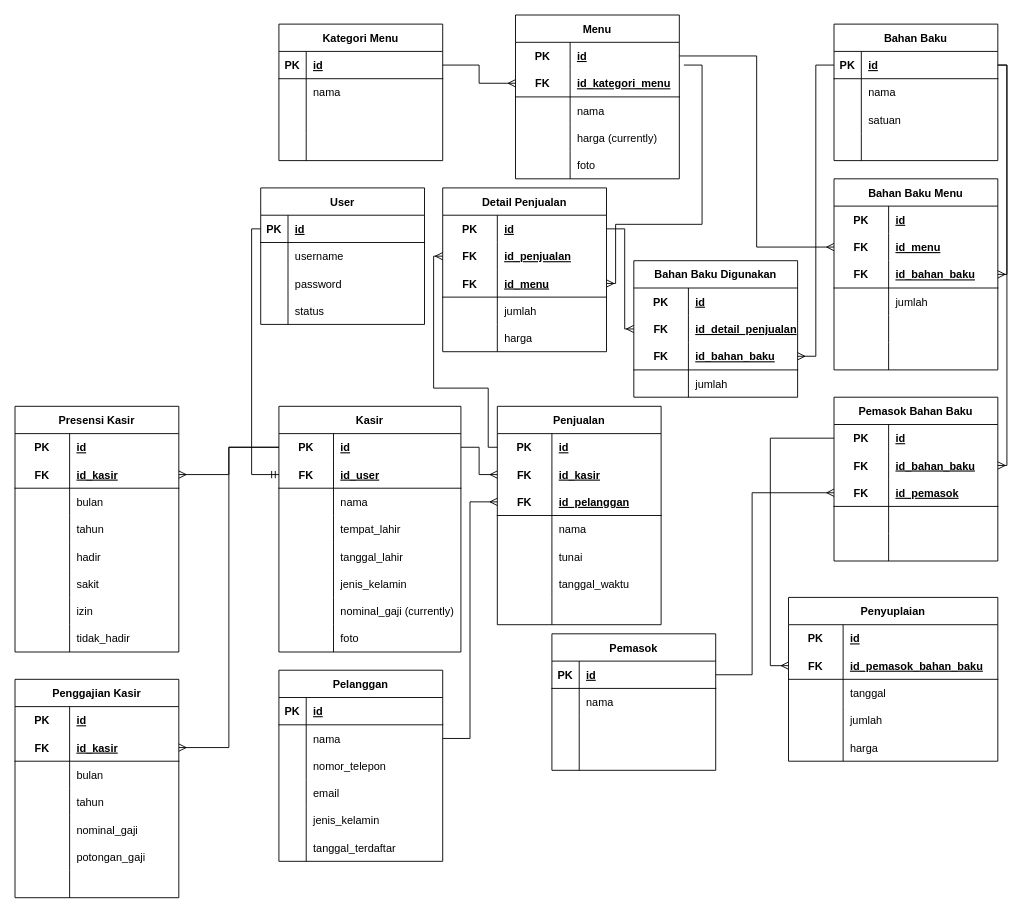
Earlier version of the draw.io diagram database/Database Schema.drawio (yafizh/Majelis-Kopi-PKL). Source tidied: cells renumbered, new cells numbered last; positions are measured from the earlier drawing's top-left corner, leaving out a move shared by most shapes. Both pictures are drawn from the tidied source at 91%, with x=0, y=0 at pixel (15, 15).
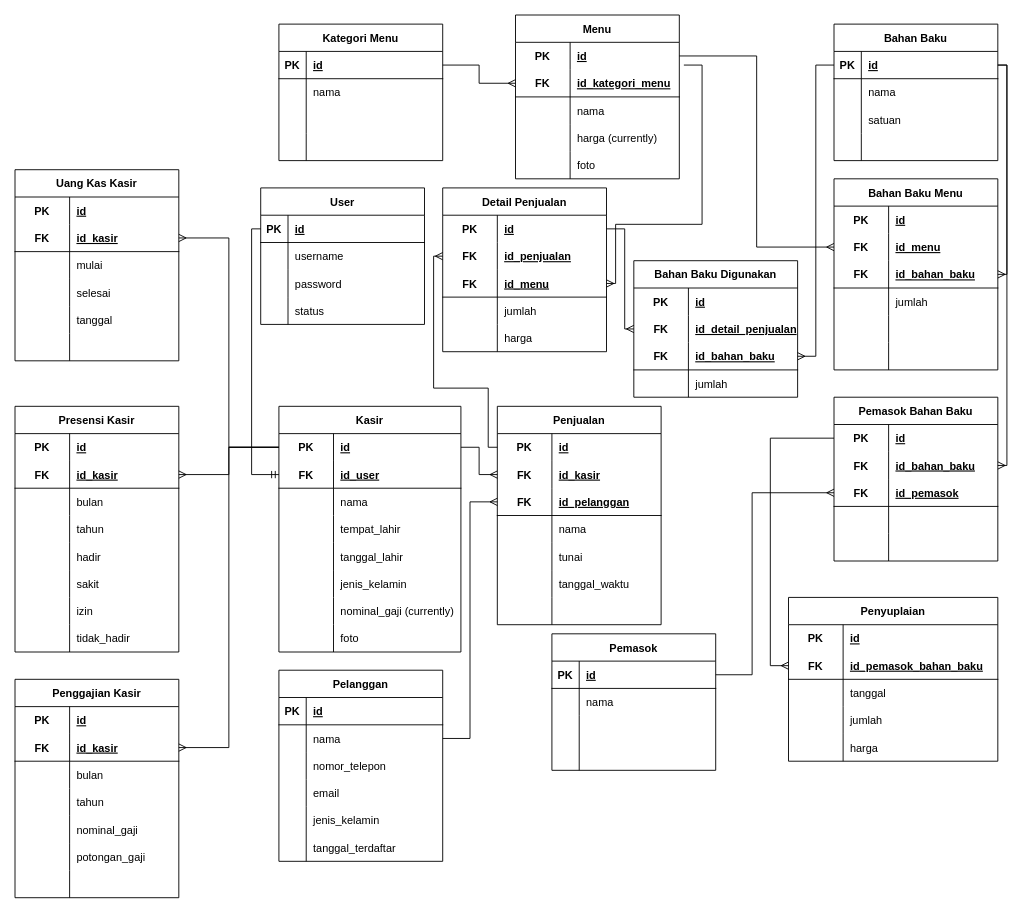
After the change.

Commit message (it also covers changes not shown here):
revisi dosen penguji 2 (uang kas kasir dan grafik favorit menu)

Unchanged cells that the change refers to:
```xml
<mxCell id="45" style="shape=tableRow;horizontal=0;startSize=0;swimlaneHead=0;swimlaneBody=0;fillColor=none;points=[[0,0.5],[1,0.5]];portConstraint=eastwest;top=0;left=0;right=0;bottom=0;" parent="44" vertex="1">
  <mxGeometry y="30" width="200" height="30" as="geometry" />
</mxCell>
```

What changed in the source:
```diff
@@
+    <mxCell id="278" value="Uang Kas Kasir" style="shape=table;startSize=30;childLayout=tableLayout;rowLines=0;fontStyle=1;align=center;" parent="1" vertex="1">
+      <mxGeometry y="170" width="180" height="210" as="geometry" />
+    </mxCell>
+    <mxCell id="279" style="shape=tableRow;horizontal=0;startSize=0;swimlaneHead=0;swimlaneBody=0;fillColor=none;top=0;left=0;right=0;bottom=0;" parent="278" vertex="1">
+      <mxGeometry y="30" width="180" height="30" as="geometry" />
+    </mxCell>
+    <mxCell id="280" value="PK" style="shape=partialRectangle;fillColor=none;top=0;left=0;bottom=0;right=0;fontStyle=1;overflow=hidden;" parent="279" vertex="1">
+      <mxGeometry width="60" height="30" as="geometry" />
+    </mxCell>
+    <mxCell id="281" value="id" style="shape=partialRectangle;fillColor=none;top=0;left=0;bottom=0;right=0;align=left;spacingLeft=6;fontStyle=5;overflow=hidden;" parent="279" vertex="1">
+      <mxGeometry x="60" width="120" height="30" as="geometry" />
+    </mxCell>
+    <mxCell id="282" style="shape=tableRow;horizontal=0;startSize=0;swimlaneHead=0;swimlaneBody=0;fillColor=none;points=[[0,0.5],[1,0.5]];portConstraint=eastwest;top=0;left=0;right=0;bottom=1;" parent="278" vertex="1">
+      <mxGeometry y="60" width="180" height="30" as="geometry" />
+    </mxCell>
+    <mxCell id="283" value="FK" style="shape=partialRectangle;fillColor=none;top=0;left=0;bottom=0;right=0;fontStyle=1;overflow=hidden;" parent="282" vertex="1">
+      <mxGeometry width="60" height="30" as="geometry" />
+    </mxCell>
+    <mxCell id="284" value="id_kasir" style="shape=partialRectangle;fillColor=none;top=0;left=0;bottom=0;right=0;align=left;spacingLeft=6;fontStyle=5;overflow=hidden;" parent="282" vertex="1">
+      <mxGeometry x="60" width="120" height="30" as="geometry" />
+    </mxCell>
+    <mxCell id="285" style="shape=tableRow;horizontal=0;startSize=0;swimlaneHead=0;swimlaneBody=0;fillColor=none;top=0;left=0;right=0;bottom=0;" parent="278" vertex="1">
+      <mxGeometry y="90" width="180" height="30" as="geometry" />
+    </mxCell>
+    <mxCell id="286" style="shape=partialRectangle;fillColor=none;top=0;left=0;bottom=0;right=0;overflow=hidden;" parent="285" vertex="1">
+      <mxGeometry width="60" height="30" as="geometry" />
+    </mxCell>
+    <mxCell id="287" value="mulai" style="shape=partialRectangle;fillColor=none;top=0;left=0;bottom=0;right=0;align=left;spacingLeft=6;overflow=hidden;" parent="285" vertex="1">
+      <mxGeometry x="60" width="120" height="30" as="geometry" />
+    </mxCell>
+    <mxCell id="288" style="shape=tableRow;horizontal=0;startSize=0;swimlaneHead=0;swimlaneBody=0;fillColor=none;top=0;left=0;right=0;bottom=0;" parent="278" vertex="1">
+      <mxGeometry y="120" width="180" height="30" as="geometry" />
+    </mxCell>
+    <mxCell id="289" style="shape=partialRectangle;fillColor=none;top=0;left=0;bottom=0;right=0;overflow=hidden;" parent="288" vertex="1">
+      <mxGeometry width="60" height="30" as="geometry" />
+    </mxCell>
+    <mxCell id="290" value="selesai" style="shape=partialRectangle;fillColor=none;top=0;left=0;bottom=0;right=0;align=left;spacingLeft=6;overflow=hidden;" parent="288" vertex="1">
+      <mxGeometry x="60" width="120" height="30" as="geometry" />
+    </mxCell>
+    <mxCell id="291" style="shape=tableRow;horizontal=0;startSize=0;swimlaneHead=0;swimlaneBody=0;fillColor=none;top=0;left=0;right=0;bottom=0;" parent="278" vertex="1">
+      <mxGeometry y="150" width="180" height="30" as="geometry" />
+    </mxCell>
+    <mxCell id="292" style="shape=partialRectangle;fillColor=none;top=0;left=0;bottom=0;right=0;overflow=hidden;" parent="291" vertex="1">
+      <mxGeometry width="60" height="30" as="geometry" />
+    </mxCell>
+    <mxCell id="293" value="tanggal" style="shape=partialRectangle;fillColor=none;top=0;left=0;bottom=0;right=0;align=left;spacingLeft=6;overflow=hidden;" parent="291" vertex="1">
+      <mxGeometry x="60" width="120" height="30" as="geometry" />
+    </mxCell>
+    <mxCell id="294" style="shape=tableRow;horizontal=0;startSize=0;swimlaneHead=0;swimlaneBody=0;fillColor=none;top=0;left=0;right=0;bottom=0;" parent="278" vertex="1">
+      <mxGeometry y="180" width="180" height="30" as="geometry" />
+    </mxCell>
+    <mxCell id="295" style="shape=partialRectangle;fillColor=none;top=0;left=0;bottom=0;right=0;overflow=hidden;" parent="294" vertex="1">
+      <mxGeometry width="60" height="30" as="geometry" />
+    </mxCell>
+    <mxCell id="296" style="shape=partialRectangle;fillColor=none;top=0;left=0;bottom=0;right=0;align=left;spacingLeft=6;overflow=hidden;" parent="294" vertex="1">
+      <mxGeometry x="60" width="120" height="30" as="geometry" />
+    </mxCell>
+    <mxCell id="297" style="edgeStyle=orthogonalEdgeStyle;rounded=0;jettySize=auto;html=1;entryX=1;entryY=0.5;entryDx=0;entryDy=0;endArrow=ERmany;endFill=0;" parent="1" edge="1" source="45" target="282">
+      <mxGeometry relative="1" as="geometry" />
+    </mxCell>
```
